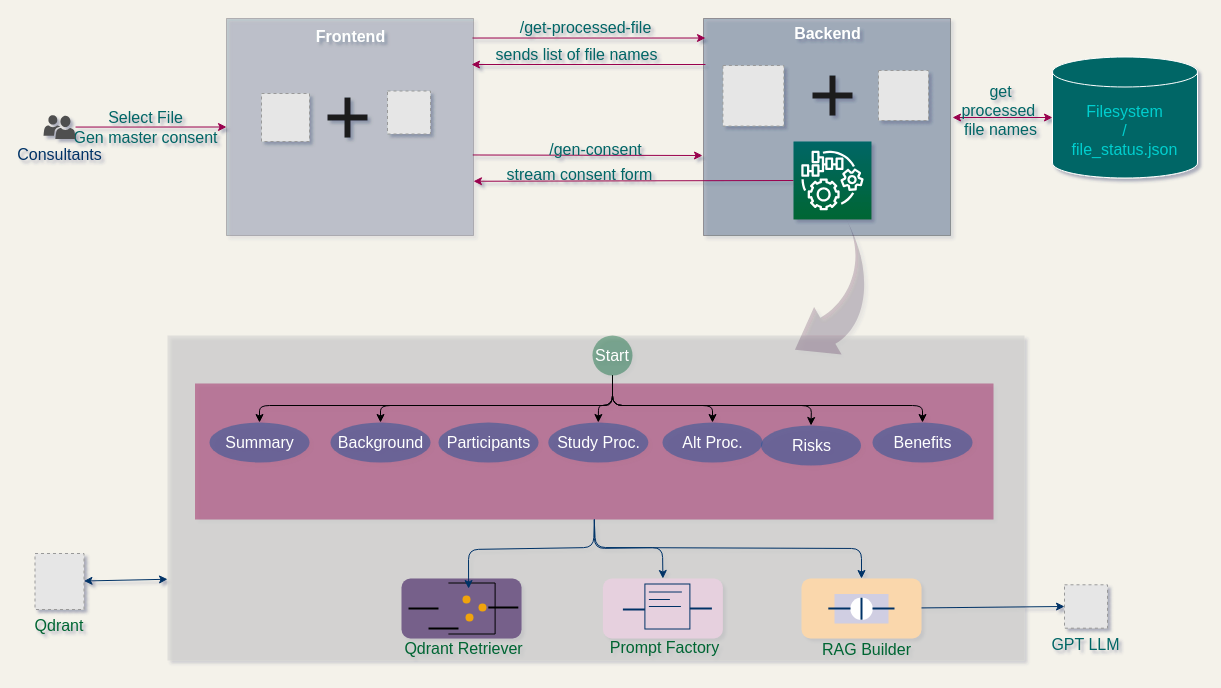
This is page "UserJourney2" (1 of 4) of architecture.drawio from mdean77a/clinical-trials-2025, a draw.io file, before an edit. Source tidied: cells renumbered, new cells numbered last; positions are measured from the earlier drawing's top-left corner, leaving out a move shared by most shapes. Both pictures are drawn from the tidied source at 100%, with x=0, y=0 at pixel (34, 17). Pictures stored in the file or linked from it are replaced by grey dashed boxes.
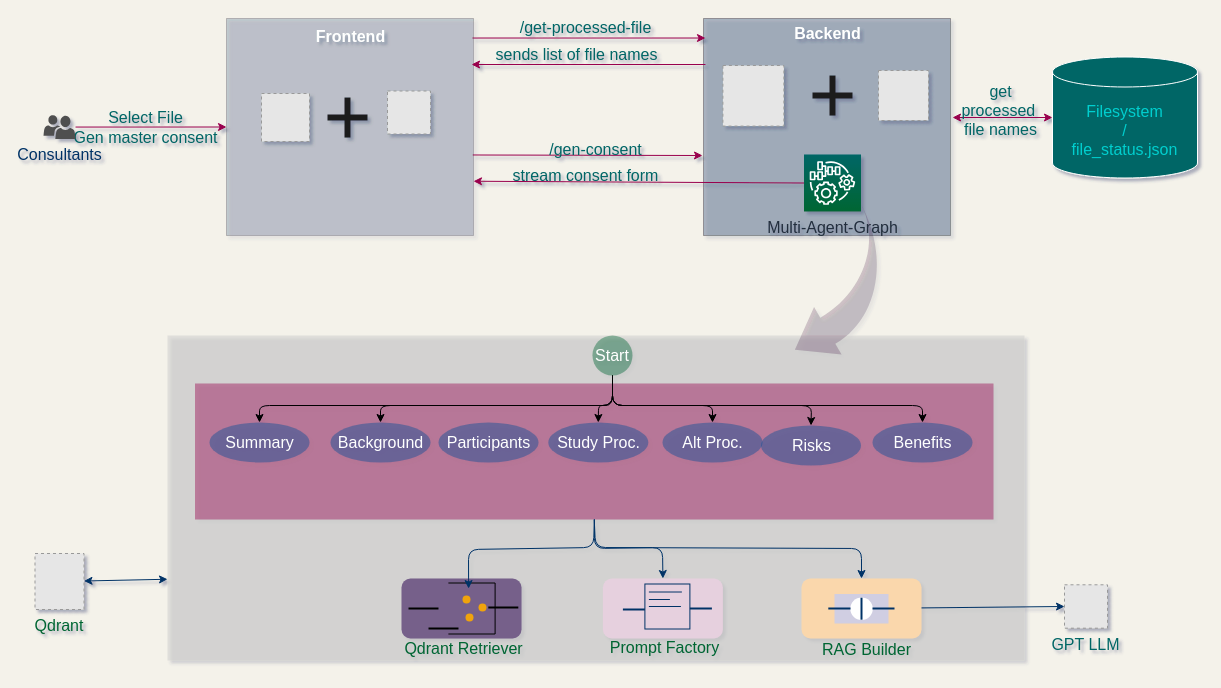
The same page after the edit.

Commit message (it also covers changes not shown here):
One more push for demo

Change to the diagram source:
```diff
@@
     <mxCell id="29" style="html=1;shadow=0;dashed=0;align=center;verticalAlign=middle;shape=mxgraph.arrows2.jumpInArrow;dy=15;dx=38;arrowHead=55;labelBackgroundColor=none;strokeColor=none;strokeWidth=1;fontSize=16;fontColor=#00CFCF;fillColor=#330033;rotation=-210;opacity=20;" parent="1" vertex="1">
-      <mxGeometry x="737.6" y="219.5" width="109.6" height="117" as="geometry" />
+      <mxGeometry x="734.3" y="207.4" width="130.2" height="124.5" as="geometry" />
     </mxCell>
@@
-    <mxCell id="34" style="sketch=0;points=[[0,0,0],[0.25,0,0],[0.5,0,0],[0.75,0,0],[1,0,0],[0,1,0],[0.25,1,0],[0.5,1,0],[0.75,1,0],[1,1,0],[0,0.25,0],[0,0.5,0],[0,0.75,0],[1,0.25,0],[1,0.5,0],[1,0.75,0]];outlineConnect=0;fontColor=#232F3E;gradientColor=#006666;gradientDirection=north;fillColor=#006633;strokeColor=#ffffff;dashed=0;verticalLabelPosition=bottom;verticalAlign=top;align=center;html=1;fontSize=16;fontStyle=0;shape=mxgraph.aws4.resourceIcon;resIcon=mxgraph.aws4.iot_things_graph;" parent="1" vertex="1">
-      <mxGeometry x="759" y="124" width="78" height="78" as="geometry" />
+    <mxCell id="34" value="Multi-Agent-Graph" style="sketch=0;points=[[0,0,0],[0.25,0,0],[0.5,0,0],[0.75,0,0],[1,0,0],[0,1,0],[0.25,1,0],[0.5,1,0],[0.75,1,0],[1,1,0],[0,0.25,0],[0,0.5,0],[0,0.75,0],[1,0.25,0],[1,0.5,0],[1,0.75,0]];outlineConnect=0;fontColor=#232F3E;gradientColor=#006666;gradientDirection=north;fillColor=#006633;strokeColor=#ffffff;dashed=0;verticalLabelPosition=bottom;verticalAlign=top;align=center;html=1;fontSize=16;fontStyle=0;shape=mxgraph.aws4.resourceIcon;resIcon=mxgraph.aws4.iot_things_graph;" parent="1" vertex="1">
+      <mxGeometry x="769.5" y="137" width="57" height="57" as="geometry" />
     </mxCell>
```
